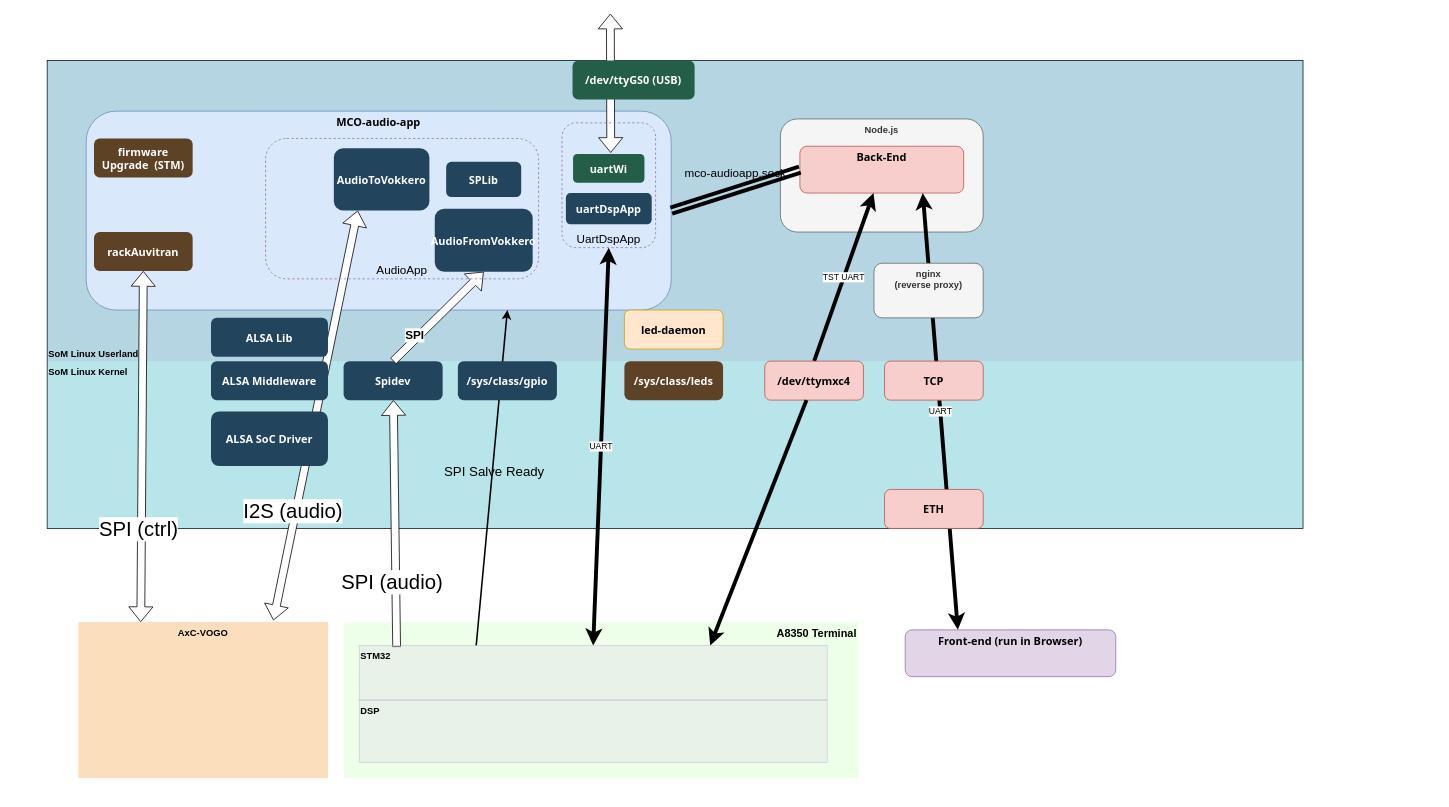
Earlier version of the draw.io diagram images/vokkero-ESG-sysarch.drawio (mtitinger/zz_doc). Source tidied: cells renumbered, new cells numbered last; positions are measured from the earlier drawing's top-left corner, leaving out a move shared by most shapes. Both pictures are drawn from the tidied source at 78%, with x=0, y=0 at pixel (47, 13).
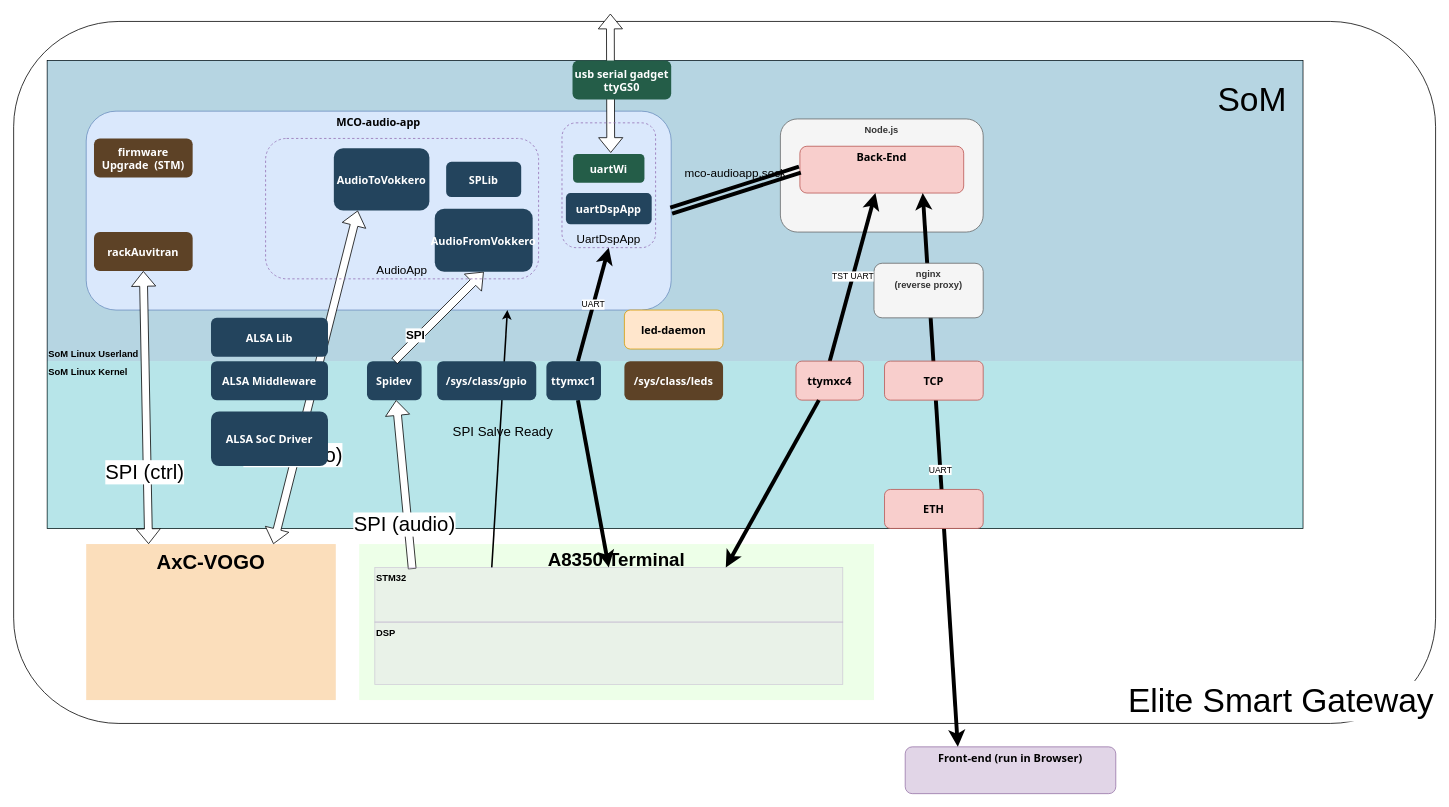
Above is the later version.

The change refers to these unchanged cells:
```xml
<mxCell id="27" value="rackAuvitran" style="rounded=1;fillColor=#5D4226;gradientColor=none;strokeColor=none;fontColor=#FFFFFF;fontStyle=1;fontFamily=Tahoma;fontSize=14;" parent="1" vertex="1">
  <mxGeometry x="60" y="280" width="126.5" height="50" as="geometry" />
</mxCell>
<mxCell id="29" value="UartDspApp" style="rounded=1;whiteSpace=wrap;html=1;labelBackgroundColor=none;fontSize=15;fontColor=default;strokeColor=#926DB3;fillColor=none;dashed=1;verticalAlign=bottom;" parent="28" vertex="1">
  <mxGeometry width="120" height="160" as="geometry" />
</mxCell>
<mxCell id="36" value="AudioToVokkero" style="rounded=1;fillColor=#23445D;gradientColor=none;strokeColor=none;fontColor=#FFFFFF;fontStyle=1;fontFamily=Tahoma;fontSize=14;" parent="32" vertex="1">
  <mxGeometry x="87.5" y="12.5" width="122.5" height="80" as="geometry" />
</mxCell>
```

The edit, as a diff of the source:
```diff
@@
+    <mxCell id="52" value="&lt;div style=&quot;&quot;&gt;&lt;span style=&quot;white-space: pre&quot;&gt; &lt;/span&gt;&lt;span style=&quot;white-space: pre&quot;&gt; &lt;/span&gt;&lt;span style=&quot;white-space: pre&quot;&gt; &lt;/span&gt;&lt;span style=&quot;white-space: pre&quot;&gt; &lt;/span&gt;&lt;span style=&quot;white-space: pre&quot;&gt; &lt;/span&gt;&lt;span style=&quot;white-space: pre&quot;&gt; &lt;/span&gt;&lt;span&gt;Elite Smart Gateway&lt;/span&gt;&lt;/div&gt;" style="rounded=1;whiteSpace=wrap;html=1;align=right;verticalAlign=bottom;fontSize=43;labelBackgroundColor=default;" parent="1" vertex="1">
+      <mxGeometry x="-43" y="10" width="1823" height="900" as="geometry" />
+    </mxCell>
@@
-    <mxCell id="6" value="&lt;b&gt;&lt;font style=&quot;font-size: 14px&quot;&gt;A8350 Terminal&lt;/font&gt;&lt;/b&gt;" style="rounded=0;whiteSpace=wrap;html=1;labelBackgroundColor=none;fontColor=default;strokeColor=none;fillColor=#C2FFB3;opacity=30;verticalAlign=top;align=right;" parent="1" vertex="1">
-      <mxGeometry x="380" y="780" width="660" height="200" as="geometry" />
+    <mxCell id="6" value="&lt;b style=&quot;font-size: 24px;&quot;&gt;&lt;font style=&quot;font-size: 24px;&quot;&gt;A8350 Terminal&lt;/font&gt;&lt;/b&gt;" style="rounded=0;whiteSpace=wrap;html=1;labelBackgroundColor=none;fontColor=default;strokeColor=none;fillColor=#C2FFB3;opacity=30;verticalAlign=top;align=center;fontSize=24;" parent="1" vertex="1">
+      <mxGeometry x="400" y="680" width="660" height="200" as="geometry" />
     </mxCell>
-    <mxCell id="7" value="AxC-VOGO" style="fillColor=#F2931E;strokeColor=none;opacity=30;align=center;verticalAlign=top;fontStyle=1;" parent="1" vertex="1">
-      <mxGeometry x="40" y="780" width="320" height="200" as="geometry" />
+    <mxCell id="7" value="AxC-VOGO" style="fillColor=#F2931E;strokeColor=none;opacity=30;align=center;verticalAlign=top;fontStyle=1;fontSize=26;" parent="1" vertex="1">
+      <mxGeometry x="50" y="680" width="320" height="200" as="geometry" />
     </mxCell>
@@
-    <mxCell id="9" style="shape=flexArrow;endArrow=classic;html=1;rounded=0;fontColor=default;exitX=0.25;exitY=0;exitDx=0;exitDy=0;fillColor=default;startArrow=block;entryX=0.5;entryY=1;entryDx=0;entryDy=0;" parent="1" edge="1" target="27">
-      <mxGeometry relative="1" as="geometry">
-        <mxPoint x="120" y="780" as="sourcePoint" />
-      </mxGeometry>
+    <mxCell id="9" style="shape=flexArrow;endArrow=classic;html=1;rounded=0;fontColor=default;exitX=0.25;exitY=0;exitDx=0;exitDy=0;fillColor=default;startArrow=block;entryX=0.5;entryY=1;entryDx=0;entryDy=0;" parent="1" edge="1" source="7" target="27">
+      <mxGeometry relative="1" as="geometry" />
     </mxCell>
@@
-    <mxCell id="11" style="shape=flexArrow;endArrow=classic;html=1;rounded=0;fontColor=default;exitX=0.25;exitY=0;exitDx=0;exitDy=0;fillColor=default;startArrow=block;entryX=0.25;entryY=1;entryDx=0;entryDy=0;" parent="1" edge="1" target="36">
-      <mxGeometry relative="1" as="geometry">
-        <mxPoint x="290" y="777.8" as="sourcePoint" />
-      </mxGeometry>
+    <mxCell id="11" style="shape=flexArrow;endArrow=classic;html=1;rounded=0;fontColor=default;exitX=0.75;exitY=0;exitDx=0;exitDy=0;fillColor=default;startArrow=block;entryX=0.25;entryY=1;entryDx=0;entryDy=0;" parent="1" edge="1" source="7" target="36">
+      <mxGeometry relative="1" as="geometry" />
     </mxCell>
@@
     <mxCell id="16" value="Spidev" style="rounded=1;fillColor=#23445D;gradientColor=none;strokeColor=none;fontColor=#FFFFFF;fontStyle=1;fontFamily=Tahoma;fontSize=14;" parent="1" vertex="1">
-      <mxGeometry x="380" y="445.5" width="127" height="50" as="geometry" />
+      <mxGeometry x="410" y="445.5" width="70" height="50" as="geometry" />
     </mxCell>
     <mxCell id="17" value="DSP" style="fillColor=#DED5E8;strokeColor=#926DB3;opacity=30;align=left;verticalAlign=top;fontStyle=1;" parent="1" vertex="1">
-      <mxGeometry x="400" y="880" width="600" height="80" as="geometry" />
+      <mxGeometry x="420" y="780" width="600" height="80" as="geometry" />
     </mxCell>
@@
-    <mxCell id="25" value="/dev/ttyGS0 (USB)" style="rounded=1;fillColor=#245D48;gradientColor=none;strokeColor=none;fontColor=#FFFFFF;fontStyle=1;fontFamily=Tahoma;fontSize=14;" parent="1" vertex="1">
-      <mxGeometry x="673.5" y="60" width="156.5" height="50" as="geometry" />
+    <mxCell id="25" value="usb serial gadget&#10;ttyGS0" style="rounded=1;fillColor=#245D48;gradientColor=none;strokeColor=none;fontColor=#FFFFFF;fontStyle=1;fontFamily=Tahoma;fontSize=14;" parent="1" vertex="1">
+      <mxGeometry x="673.5" y="60" width="126.5" height="50" as="geometry" />
     </mxCell>
@@
     <mxCell id="39" value="STM32&#10;" style="fillColor=#DED5E8;strokeColor=#926DB3;opacity=30;align=left;verticalAlign=top;fontStyle=1;" parent="1" vertex="1">
-      <mxGeometry x="400" y="810" width="600" height="70" as="geometry" />
+      <mxGeometry x="420" y="710" width="600" height="70" as="geometry" />
     </mxCell>
     <mxCell id="40" value="Front-end (run in Browser)&#10;" style="rounded=1;fillColor=#e1d5e7;strokeColor=#9673a6;fontStyle=1;fontFamily=Tahoma;fontSize=14;labelBackgroundColor=none;align=center;verticalAlign=top;" parent="1" vertex="1">
-      <mxGeometry x="1100" y="790" width="270" height="60" as="geometry" />
+      <mxGeometry x="1100" y="940" width="270" height="60" as="geometry" />
     </mxCell>
@@
-    <mxCell id="42" value="UART" style="endArrow=classic;startArrow=classic;html=1;rounded=0;entryX=0.5;entryY=1;entryDx=0;entryDy=0;strokeWidth=5;exitX=0.5;exitY=0;exitDx=0;exitDy=0;" parent="1" edge="1" source="39" target="29">
-      <mxGeometry relative="1" as="geometry" />
+    <mxCell id="42" value="UART" style="endArrow=classic;startArrow=none;html=1;rounded=0;entryX=0.5;entryY=1;entryDx=0;entryDy=0;strokeWidth=5;exitX=0.5;exitY=0;exitDx=0;exitDy=0;" parent="1" edge="1" target="29">
+      <mxGeometry relative="1" as="geometry">
+        <mxPoint x="680.4" y="445.5" as="sourcePoint" />
+      </mxGeometry>
     </mxCell>
@@
-    <mxCell id="48" value="/dev/ttymxc4" style="rounded=1;fillColor=#f8cecc;strokeColor=#b85450;fontStyle=1;fontFamily=Tahoma;fontSize=14;" parent="1" vertex="1">
-      <mxGeometry x="920" y="445.5" width="126.5" height="50" as="geometry" />
+    <mxCell id="48" value="ttymxc4" style="rounded=1;fillColor=#f8cecc;strokeColor=#b85450;fontStyle=1;fontFamily=Tahoma;fontSize=14;" parent="1" vertex="1">
+      <mxGeometry x="960" y="445.5" width="86.5" height="50" as="geometry" />
     </mxCell>
@@
     <mxCell id="51" value="/sys/class/gpio" style="rounded=1;fillColor=#23445D;gradientColor=none;strokeColor=none;fontColor=#FFFFFF;fontStyle=1;fontFamily=Tahoma;fontSize=14;" parent="1" vertex="1">
-      <mxGeometry x="526.5" y="445.5" width="127" height="50" as="geometry" />
+      <mxGeometry x="500" y="445.5" width="127" height="50" as="geometry" />
     </mxCell>
+    <mxCell id="53" style="endArrow=none;startArrow=classic;html=1;rounded=0;entryX=0.5;entryY=1;entryDx=0;entryDy=0;strokeWidth=5;exitX=0.5;exitY=0;exitDx=0;exitDy=0;" parent="1" edge="1" source="39">
+      <mxGeometry relative="1" as="geometry">
+        <mxPoint x="680.4" y="495.5" as="targetPoint" />
+      </mxGeometry>
+    </mxCell>
+    <mxCell id="54" value="ttymxc1" style="rounded=1;fillColor=#23445D;gradientColor=none;strokeColor=none;fontColor=#FFFFFF;fontStyle=1;fontFamily=Tahoma;fontSize=14;" parent="1" vertex="1">
+      <mxGeometry x="640" y="445.5" width="70" height="50" as="geometry" />
+    </mxCell>
+    <mxCell id="55" value="SoM" style="text;html=1;strokeColor=none;fillColor=none;align=center;verticalAlign=middle;whiteSpace=wrap;rounded=0;labelBackgroundColor=none;fontSize=43;" parent="1" vertex="1">
+      <mxGeometry x="1510" y="95" width="70" height="30" as="geometry" />
+    </mxCell>
```
